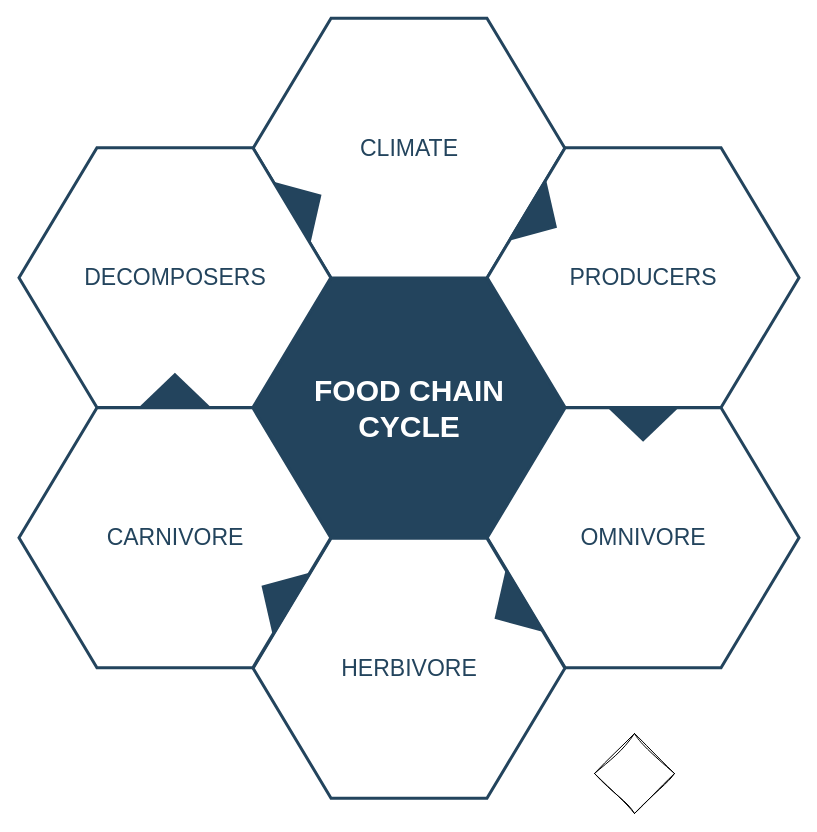
Above: page "Page-1" (1 of 2) of Data_Preprocessing.drawio in ChanumoluGayathri/System_Design (draw.io), before the change. Source tidied: cells renumbered, new cells numbered last; positions are measured from the earlier drawing's top-left corner, leaving out a move shared by most shapes. Both pictures are drawn from the tidied source at 100%, with x=0, y=0 at pixel (18, 18).
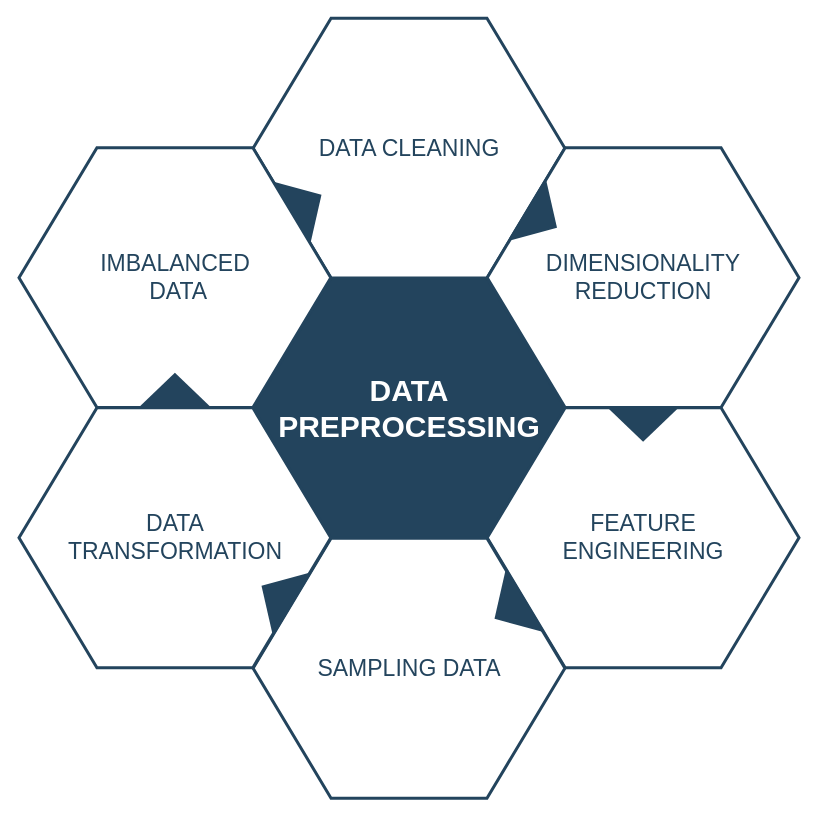
The same page after the edit.

The edit, as a diff of the source:
```diff
@@
 <mxGraphModel>
   <root>
     <mxCell id="0" />
     <mxCell id="1" parent="0" />
-    <mxCell id="2" value="&lt;font style=&quot;font-size: 30px&quot; color=&quot;#ffffff&quot;&gt;&lt;b&gt;&lt;span&gt;FOOD CHAIN&lt;/span&gt;&lt;br&gt;&lt;span&gt;CYCLE&lt;/span&gt;&lt;/b&gt;&lt;/font&gt;&lt;br&gt;" style="shape=hexagon;perimeter=hexagonPerimeter2;whiteSpace=wrap;html=1;shadow=0;labelBackgroundColor=none;strokeColor=#23445D;fillColor=#23445D;gradientColor=none;fontFamily=Helvetica;fontSize=23;fontColor=#23445d;align=center;strokeWidth=3;" parent="1" vertex="1">
+    <mxCell id="2" value="&lt;font color=&quot;#ffffff&quot;&gt;&lt;span style=&quot;font-size: 30px;&quot;&gt;&lt;b&gt;DATA PREPROCESSING&lt;/b&gt;&lt;/span&gt;&lt;/font&gt;" style="shape=hexagon;perimeter=hexagonPerimeter2;whiteSpace=wrap;html=1;shadow=0;labelBackgroundColor=none;strokeColor=#23445D;fillColor=#23445D;gradientColor=none;fontFamily=Helvetica;fontSize=23;fontColor=#23445d;align=center;strokeWidth=3;" parent="1" vertex="1">
       <mxGeometry x="234.6" y="259.8" width="311.8" height="259.9" as="geometry" />
     </mxCell>
     <mxCell id="3" style="triangle;whiteSpace=wrap;html=1;shadow=0;labelBackgroundColor=none;strokeColor=none;fillColor=#FFFFFF;fontFamily=Helvetica;fontSize=17;fontColor=#23445d;align=center;rotation=90;gradientColor=none;flipV=1;flipH=1;opacity=20;" parent="1" vertex="1">
       <mxGeometry x="115.5" y="277.7" width="72" height="152" as="geometry" />
     </mxCell>
-    <mxCell id="4" value="&lt;font style=&quot;font-size: 23px&quot;&gt;CLIMATE&lt;/font&gt;" style="shape=hexagon;perimeter=hexagonPerimeter2;whiteSpace=wrap;html=1;shadow=0;labelBackgroundColor=none;strokeColor=#23445D;fillColor=#ffffff;gradientColor=none;fontFamily=Helvetica;fontSize=23;fontColor=#23445D;align=center;strokeWidth=3;" parent="1" vertex="1">
+    <mxCell id="4" value="DATA CLEANING" style="shape=hexagon;perimeter=hexagonPerimeter2;whiteSpace=wrap;html=1;shadow=0;labelBackgroundColor=none;strokeColor=#23445D;fillColor=#ffffff;gradientColor=none;fontFamily=Helvetica;fontSize=23;fontColor=#23445D;align=center;strokeWidth=3;" parent="1" vertex="1">
       <mxGeometry x="234.6" y="-0.3" width="311.8" height="259.9" as="geometry" />
     </mxCell>
-    <mxCell id="5" value="&lt;font style=&quot;font-size: 23px&quot;&gt;PRODUCERS&lt;/font&gt;" style="shape=hexagon;perimeter=hexagonPerimeter2;whiteSpace=wrap;html=1;shadow=0;labelBackgroundColor=none;strokeColor=#23445D;fillColor=#FFFFFF;gradientColor=none;fontFamily=Helvetica;fontSize=23;fontColor=#23445d;align=center;strokeWidth=3;" parent="1" vertex="1">
+    <mxCell id="5" value="DIMENSIONALITY REDUCTION" style="shape=hexagon;perimeter=hexagonPerimeter2;whiteSpace=wrap;html=1;shadow=0;labelBackgroundColor=none;strokeColor=#23445D;fillColor=#FFFFFF;gradientColor=none;fontFamily=Helvetica;fontSize=23;fontColor=#23445d;align=center;strokeWidth=3;" parent="1" vertex="1">
       <mxGeometry x="468.7" y="129.2" width="311.8" height="259.9" as="geometry" />
     </mxCell>
-    <mxCell id="6" value="&lt;font style=&quot;font-size: 23px&quot;&gt;OMNIVORE&lt;/font&gt;" style="shape=hexagon;perimeter=hexagonPerimeter2;whiteSpace=wrap;html=1;shadow=0;labelBackgroundColor=none;strokeColor=#23445D;fillColor=#FFFFFF;gradientColor=none;fontFamily=Helvetica;fontSize=23;fontColor=#23445d;align=center;strokeWidth=3;" parent="1" vertex="1">
+    <mxCell id="6" value="FEATURE &lt;br&gt;ENGINEERING" style="shape=hexagon;perimeter=hexagonPerimeter2;whiteSpace=wrap;html=1;shadow=0;labelBackgroundColor=none;strokeColor=#23445D;fillColor=#FFFFFF;gradientColor=none;fontFamily=Helvetica;fontSize=23;fontColor=#23445d;align=center;strokeWidth=3;" parent="1" vertex="1">
       <mxGeometry x="468.7" y="389.3" width="311.8" height="259.9" as="geometry" />
     </mxCell>
-    <mxCell id="7" value="&lt;font style=&quot;font-size: 23px&quot;&gt;HERBIVORE&lt;/font&gt;" style="shape=hexagon;perimeter=hexagonPerimeter2;whiteSpace=wrap;html=1;shadow=0;labelBackgroundColor=none;strokeColor=#23445D;fillColor=#FFFFFF;gradientColor=none;fontFamily=Helvetica;fontSize=23;fontColor=#23445d;align=center;strokeWidth=3;" parent="1" vertex="1">
+    <mxCell id="7" value="SAMPLING DATA" style="shape=hexagon;perimeter=hexagonPerimeter2;whiteSpace=wrap;html=1;shadow=0;labelBackgroundColor=none;strokeColor=#23445D;fillColor=#FFFFFF;gradientColor=none;fontFamily=Helvetica;fontSize=23;fontColor=#23445d;align=center;strokeWidth=3;" parent="1" vertex="1">
       <mxGeometry x="234.6" y="519.8" width="311.8" height="259.9" as="geometry" />
     </mxCell>
-    <mxCell id="8" value="&lt;font style=&quot;font-size: 23px&quot;&gt;CARNIVORE&lt;/font&gt;" style="shape=hexagon;perimeter=hexagonPerimeter2;whiteSpace=wrap;html=1;shadow=0;labelBackgroundColor=none;strokeColor=#23445D;fillColor=#FFFFFF;gradientColor=none;fontFamily=Helvetica;fontSize=23;fontColor=#23445d;align=center;strokeWidth=3;" parent="1" vertex="1">
+    <mxCell id="8" value="DATA &lt;br&gt;TRANSFORMATION" style="shape=hexagon;perimeter=hexagonPerimeter2;whiteSpace=wrap;html=1;shadow=0;labelBackgroundColor=none;strokeColor=#23445D;fillColor=#FFFFFF;gradientColor=none;fontFamily=Helvetica;fontSize=23;fontColor=#23445d;align=center;strokeWidth=3;" parent="1" vertex="1">
       <mxGeometry x="0.5" y="389.3" width="311.8" height="259.9" as="geometry" />
     </mxCell>
-    <mxCell id="9" value="&lt;font style=&quot;font-size: 23px;&quot;&gt;DECOMPOSERS&lt;/font&gt;" style="shape=hexagon;perimeter=hexagonPerimeter2;whiteSpace=wrap;html=1;shadow=0;labelBackgroundColor=none;strokeColor=#23445D;fillColor=#ffffff;gradientColor=none;fontFamily=Helvetica;fontSize=23;fontColor=#23445D;align=center;strokeWidth=3;" parent="1" vertex="1">
+    <mxCell id="9" value="IMBALANCED&lt;br&gt;&amp;nbsp;DATA" style="shape=hexagon;perimeter=hexagonPerimeter2;whiteSpace=wrap;html=1;shadow=0;labelBackgroundColor=none;strokeColor=#23445D;fillColor=#ffffff;gradientColor=none;fontFamily=Helvetica;fontSize=23;fontColor=#23445D;align=center;strokeWidth=3;" parent="1" vertex="1">
       <mxGeometry x="0.5" y="129.2" width="311.8" height="259.9" as="geometry" />
     </mxCell>
     <mxCell id="10" style="triangle;whiteSpace=wrap;html=1;shadow=0;labelBackgroundColor=none;strokeColor=none;fillColor=#23445D;fontFamily=Helvetica;fontSize=17;fontColor=#23445d;align=center;rotation=31;gradientColor=none;strokeWidth=3;" parent="1" vertex="1">
       <mxGeometry x="506" y="163.7" width="35" height="73" as="geometry" />
     </mxCell>
     <mxCell id="11" style="triangle;whiteSpace=wrap;html=1;shadow=0;labelBackgroundColor=none;strokeColor=none;fillColor=#23445D;fontFamily=Helvetica;fontSize=17;fontColor=#23445d;align=center;rotation=31;gradientColor=none;flipH=1;strokeWidth=3;" parent="1" vertex="1">
       <mxGeometry x="240.5" y="539.7" width="35" height="73" as="geometry" />
     </mxCell>
     <mxCell id="12" style="triangle;whiteSpace=wrap;html=1;shadow=0;labelBackgroundColor=none;strokeColor=none;fillColor=#23445D;fontFamily=Helvetica;fontSize=17;fontColor=#23445d;align=center;rotation=329;gradientColor=none;strokeWidth=3;" parent="1" vertex="1">
       <mxGeometry x="270.5" y="148.7" width="35" height="73" as="geometry" />
     </mxCell>
     <mxCell id="13" style="triangle;whiteSpace=wrap;html=1;shadow=0;labelBackgroundColor=none;strokeColor=none;fillColor=#23445D;fontFamily=Helvetica;fontSize=17;fontColor=#23445d;align=center;rotation=329;gradientColor=none;flipH=1;strokeWidth=3;" parent="1" vertex="1">
       <mxGeometry x="473.5" y="554.7" width="35" height="73" as="geometry" />
     </mxCell>
     <mxCell id="14" style="triangle;whiteSpace=wrap;html=1;shadow=0;labelBackgroundColor=none;strokeColor=none;fillColor=#23445D;fontFamily=Helvetica;fontSize=17;fontColor=#23445d;align=center;rotation=90;gradientColor=none;strokeWidth=3;" parent="1" vertex="1">
       <mxGeometry x="607.1" y="369.2" width="35" height="73" as="geometry" />
     </mxCell>
     <mxCell id="15" style="triangle;whiteSpace=wrap;html=1;shadow=0;labelBackgroundColor=none;strokeColor=none;fillColor=#23445D;fontFamily=Helvetica;fontSize=17;fontColor=#23445d;align=center;rotation=90;gradientColor=none;flipH=1;strokeWidth=3;" parent="1" vertex="1">
       <mxGeometry x="138.9" y="335.2" width="35" height="73" as="geometry" />
     </mxCell>
-    <mxCell id="16" style="rhombus;whiteSpace=wrap;html=1;sketch=1;hachureGap=4;jiggle=2;curveFitting=1;fontFamily=Architects Daughter;fontSize=20;" parent="1" vertex="1">
-      <mxGeometry x="576" y="715" width="80" height="80" as="geometry" />
-    </mxCell>
   </root>
 </mxGraphModel>
```
